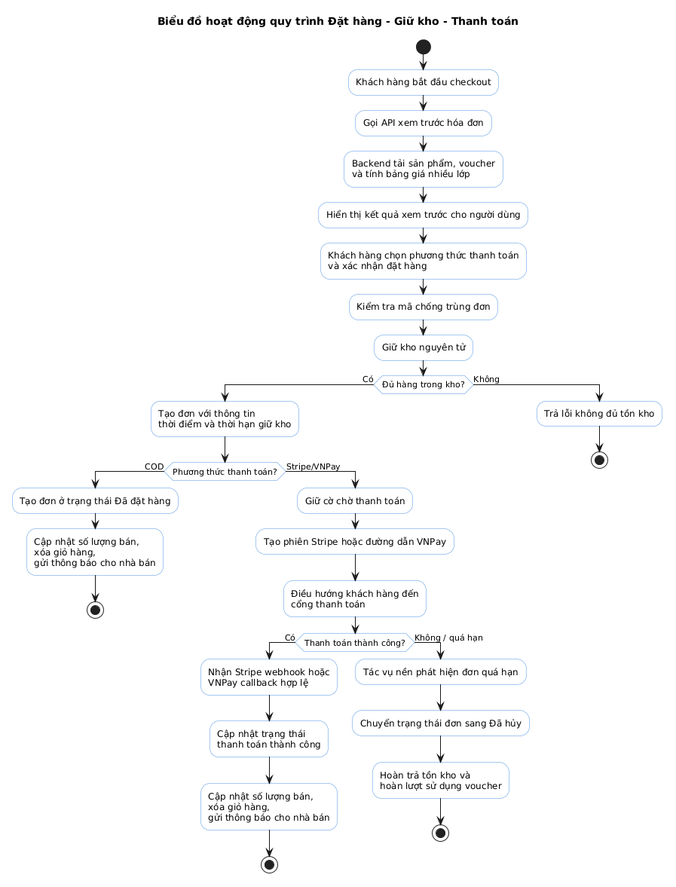
Earlier version of the PlantUML export report/Chuong/images/generated/checkout_process_activity.png (kiwwi1/DATN).
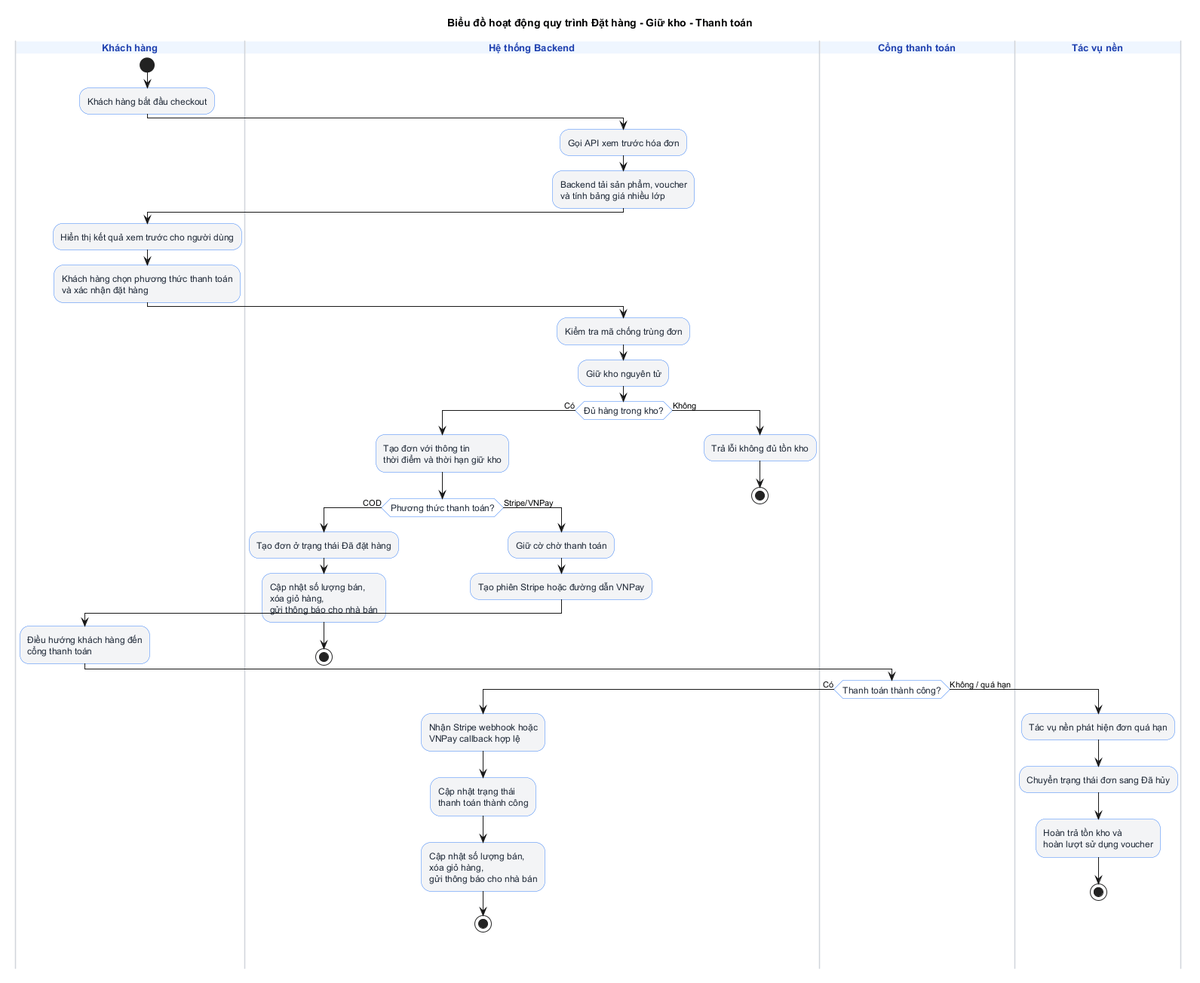
Later version of the same file.

Change to the diagram source:
```diff
@@ -1,20 +1,40 @@
 @startuml
 skinparam shadowing false
 skinparam activity {
-  BackgroundColor white
-  BorderColor #4A90E2
-  DiamondBackgroundColor white
+  BackgroundColor #F3F4F6
+  BorderColor #3B82F6
+  DiamondBackgroundColor #FFFFFF
+  DiamondBorderColor #3B82F6
+  FontColor #1F2937
+  FontSize 12
+}
+
+skinparam swimlane {
+  BorderColor #D1D5DB
+  BorderThickness 1.5
+  TitleBackgroundColor #EFF6FF
+  TitleFontColor #1E40AF
+  TitleFontName sans-serif
+  TitleFontSize 13
+  TitleFontStyle bold
 }
 
 title Biểu đồ hoạt động quy trình Đặt hàng - Giữ kho - Thanh toán
 
+|Khách hàng|
 start
 
 :Khách hàng bắt đầu checkout;
+
+|Hệ thống Backend|
 :Gọi API xem trước hóa đơn;
 :Backend tải sản phẩm, voucher\nvà tính bảng giá nhiều lớp;
+
+|Khách hàng|
 :Hiển thị kết quả xem trước cho người dùng;
 :Khách hàng chọn phương thức thanh toán\nvà xác nhận đặt hàng;
+
+|Hệ thống Backend|
 :Kiểm tra mã chống trùng đơn;
 :Giữ kho nguyên tử;
 
@@ -28,14 +48,19 @@
   else (Stripe/VNPay)
     :Giữ cờ chờ thanh toán;
     :Tạo phiên Stripe hoặc đường dẫn VNPay;
+
+    |Khách hàng|
     :Điều hướng khách hàng đến\ncổng thanh toán;
 
+    |Cổng thanh toán|
     if (Thanh toán thành công?) then (Có)
+      |Hệ thống Backend|
       :Nhận Stripe webhook hoặc\nVNPay callback hợp lệ;
       :Cập nhật trạng thái\nthanh toán thành công;
       :Cập nhật số lượng bán,\nxóa giỏ hàng,\ngửi thông báo cho nhà bán;
       stop
     else (Không / quá hạn)
+      |Tác vụ nền|
       :Tác vụ nền phát hiện đơn quá hạn;
       :Chuyển trạng thái đơn sang Đã hủy;
       :Hoàn trả tồn kho và\nhoàn lượt sử dụng voucher;
@@ -43,7 +68,9 @@
     endif
   endif
 else (Không)
+  |Hệ thống Backend|
   :Trả lỗi không đủ tồn kho;
   stop
 endif
+
 @enduml
```
